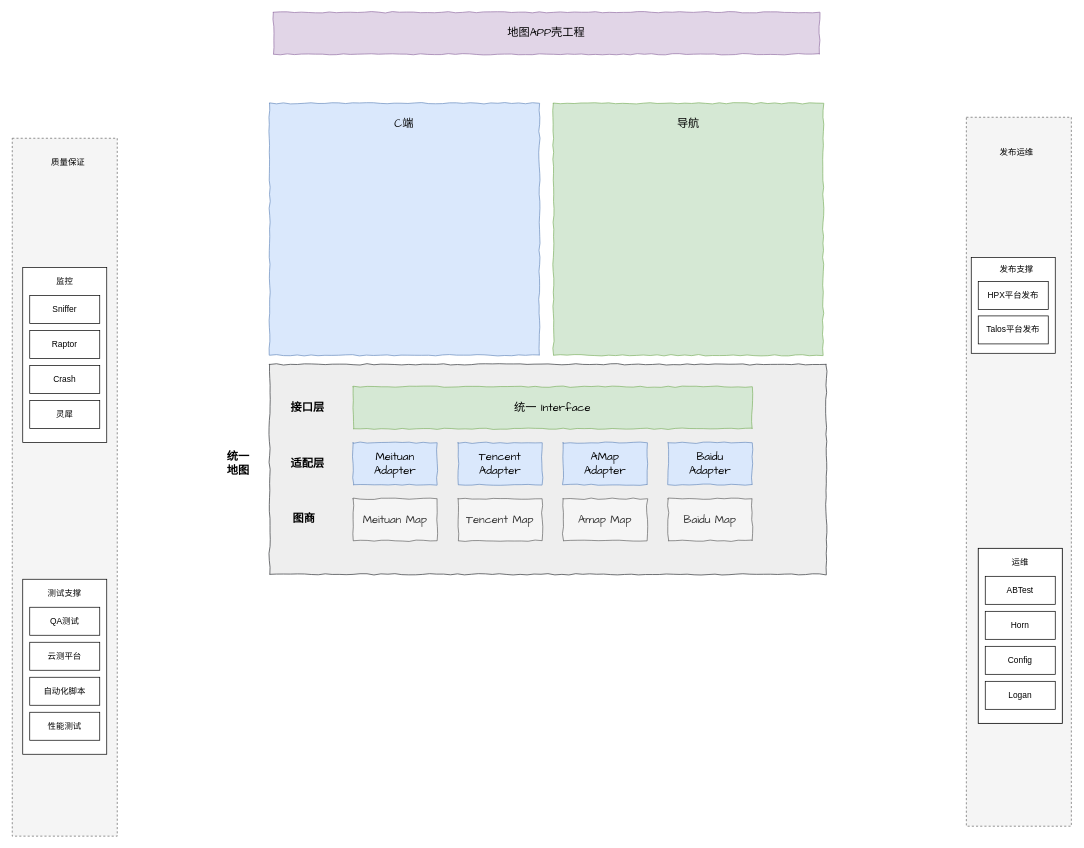
TryLoveCatch/charts keeps this draw.io diagram as 地图app全景图.drawio. Above is the earlier version. Source tidied: cells renumbered, new cells numbered last; positions are measured from the earlier drawing's top-left corner, leaving out a move shared by most shapes. Both pictures are drawn from the tidied source at 70%, with x=0, y=0 at pixel (12, 12).
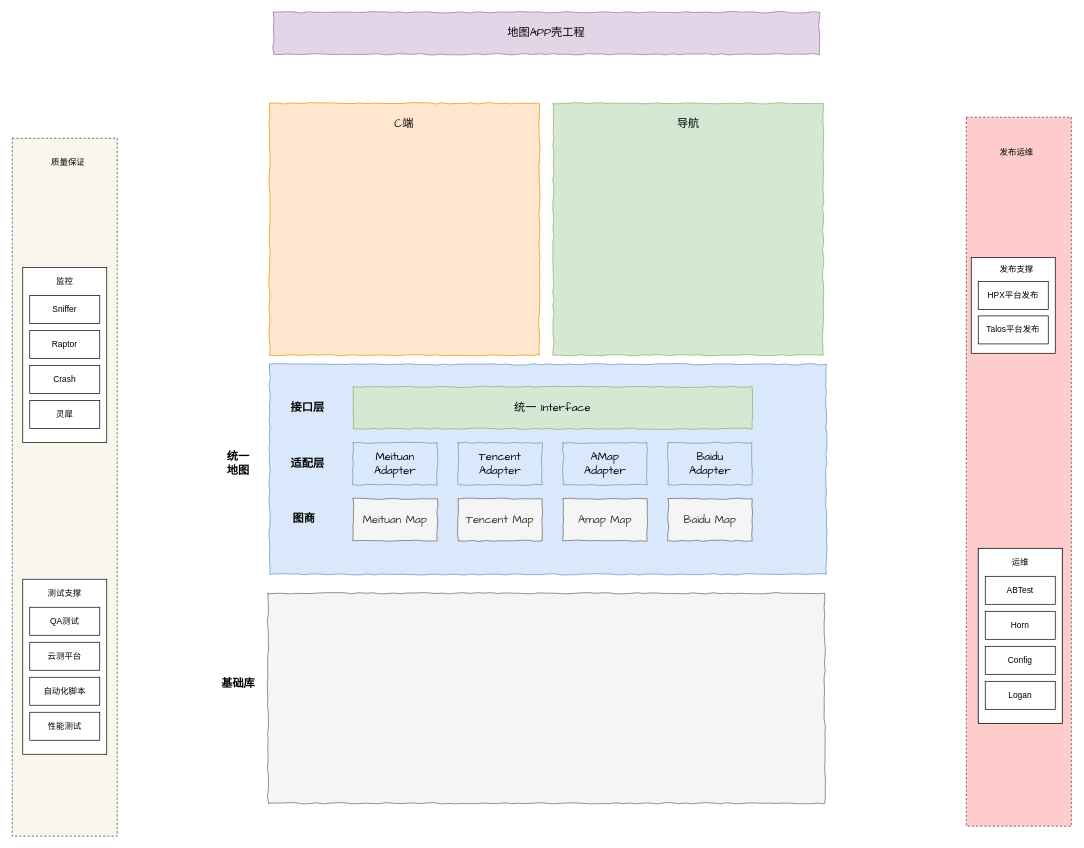
Above is the later version.

Commit message:
更新地图app全景图.drawio

What changed in the source:
```diff
@@
+    <mxCell id="17" style="rounded=0;whiteSpace=wrap;html=1;comic=1;fontFamily=Comic Sans MS;fontSize=16;fillColor=#d5e8d4;strokeColor=#82b366;" parent="1" vertex="1">
+      <mxGeometry x="773" y="130" width="385.4" height="360" as="geometry" />
+    </mxCell>
+    <mxCell id="16" style="rounded=0;whiteSpace=wrap;html=1;comic=1;fontFamily=Comic Sans MS;fontSize=16;fillColor=#ffe6cc;strokeColor=#d79b00;" parent="1" vertex="1">
+      <mxGeometry x="367.6" y="130" width="385.4" height="360" as="geometry" />
+    </mxCell>
-    <mxCell id="2" style="rounded=0;whiteSpace=wrap;html=1;comic=1;fontFamily=Comic Sans MS;fontSize=16;fillColor=#eeeeee;strokeColor=#36393d;" parent="1" vertex="1">
+    <mxCell id="2" style="rounded=0;whiteSpace=wrap;html=1;comic=1;fontFamily=Comic Sans MS;fontSize=16;fillColor=#dae8fc;strokeColor=#6c8ebf;" parent="1" vertex="1">
       <mxGeometry x="367.6" y="503" width="795.4" height="300" as="geometry" />
     </mxCell>
@@
-    <mxCell id="16" style="rounded=0;whiteSpace=wrap;html=1;comic=1;fontFamily=Comic Sans MS;fontSize=16;fillColor=#dae8fc;strokeColor=#6c8ebf;" parent="1" vertex="1">
-      <mxGeometry x="367.6" y="130" width="385.4" height="360" as="geometry" />
-    </mxCell>
-    <mxCell id="17" style="rounded=0;whiteSpace=wrap;html=1;comic=1;fontFamily=Comic Sans MS;fontSize=16;fillColor=#d5e8d4;strokeColor=#82b366;" parent="1" vertex="1">
-      <mxGeometry x="773" y="130" width="385.4" height="360" as="geometry" />
-    </mxCell>
-    <mxCell id="18" style="rounded=0;whiteSpace=wrap;html=1;dashed=1;fillColor=#f5f5f5;strokeColor=#666666;fontColor=#333333;" parent="1" vertex="1">
+    <mxCell id="18" style="rounded=0;whiteSpace=wrap;html=1;dashed=1;fillColor=#f9f7ed;strokeColor=#36393d;" parent="1" vertex="1">
       <mxGeometry y="180" width="150" height="997" as="geometry" />
     </mxCell>
@@
-    <mxCell id="34" style="rounded=0;whiteSpace=wrap;html=1;dashed=1;fillColor=#f5f5f5;strokeColor=#666666;fontColor=#333333;" parent="1" vertex="1">
+    <mxCell id="34" style="rounded=0;whiteSpace=wrap;html=1;dashed=1;fillColor=#ffcccc;strokeColor=#36393d;" parent="1" vertex="1">
       <mxGeometry x="1363" y="150" width="150" height="1012.8" as="geometry" />
     </mxCell>
@@
+    <mxCell id="50" style="rounded=0;whiteSpace=wrap;html=1;comic=1;fontFamily=Comic Sans MS;fontSize=16;fillColor=#f5f5f5;strokeColor=#666666;fontColor=#333333;" parent="1" vertex="1">
+      <mxGeometry x="365.3" y="830" width="795.4" height="300" as="geometry" />
+    </mxCell>
+    <mxCell id="51" value="基础库" style="text;html=1;strokeColor=none;fillColor=none;align=center;verticalAlign=middle;whiteSpace=wrap;rounded=0;comic=1;fontFamily=Comic Sans MS;fontSize=16;fontStyle=1;" parent="1" vertex="1">
+      <mxGeometry x="294" y="950" width="58" height="20" as="geometry" />
+    </mxCell>
```
